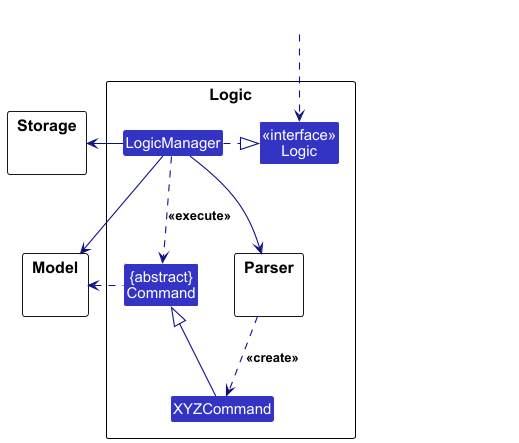
Above: docs/diagrams/class-diagrams/LogicClassDiagram.png in irfandeen/tp (PlantUML), before the change.
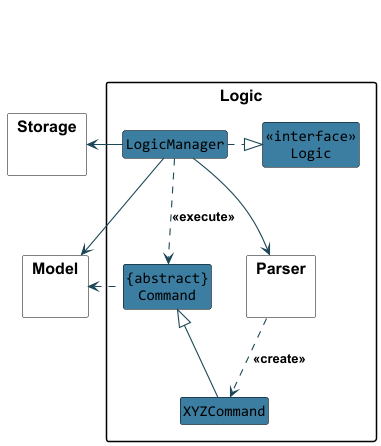
Later version of the same file.

Diff of the diagram source:
```diff
@@ -18,9 +18,9 @@
 package Model {}
 package Storage {}
 
-Class HiddenDestination #FFFFFF
+
 Class HiddenSource #FFFFFF
-HiddenDestination .left[hidden] HiddenSource
+hide HiddenSource
 
 HiddenSource .down.> Logic
 LogicManager .right-|> Logic
```
